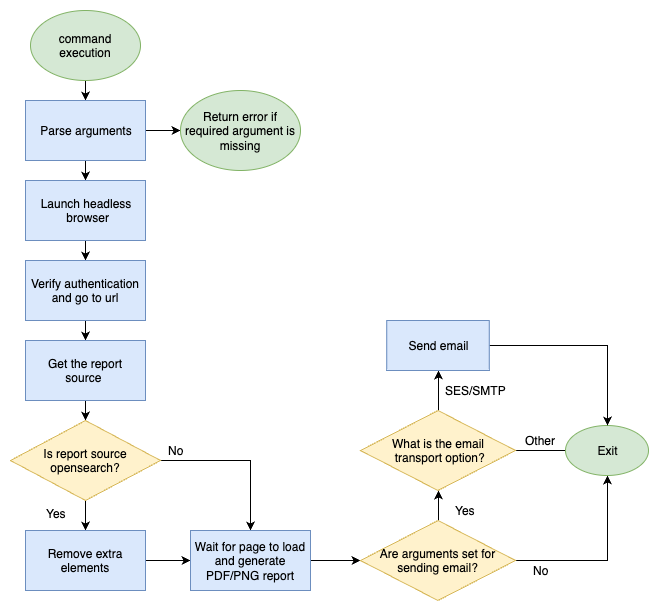
opensearch-project/reporting keeps this draw.io diagram as reporting-cli/docs/dev/reporting_anything_flow_diagram.png. Above is the earlier version. Source tidied: cells renumbered, new cells last; positions are measured from the earlier drawing's top-left corner, leaving out a move shared by most shapes.
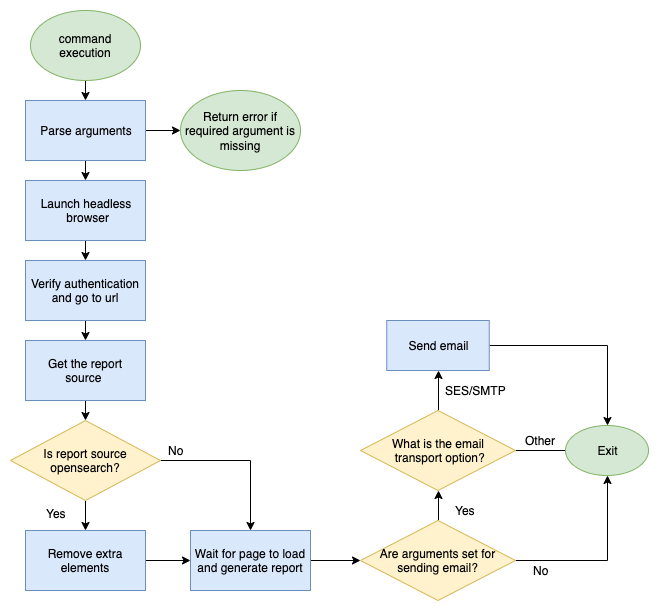
After the change.

Commit message:
Update flow diagram

The edit, as a diff of the source:
```diff
@@ -56,7 +56,7 @@
     <mxCell id="19" style="edgeStyle=orthogonalEdgeStyle;rounded=0;jettySize=auto;html=1;exitX=1;exitY=0.5;exitDx=0;exitDy=0;entryX=0;entryY=0.5;entryDx=0;entryDy=0;" parent="1" edge="1" source="20" target="23">
       <mxGeometry relative="1" as="geometry" />
     </mxCell>
-    <mxCell id="20" value="Wait for page to load and generate PDF/PNG report" style="rounded=0;whiteSpace=wrap;html=1;fillColor=#dae8fc;strokeColor=#6c8ebf;" parent="1" vertex="1">
+    <mxCell id="20" value="Wait for page to load and generate report" style="rounded=0;whiteSpace=wrap;html=1;fillColor=#dae8fc;strokeColor=#6c8ebf;" parent="1" vertex="1">
       <mxGeometry x="180" y="520" width="120" height="60" as="geometry" />
     </mxCell>
     <mxCell id="21" style="edgeStyle=orthogonalEdgeStyle;rounded=0;jettySize=auto;html=1;exitX=0.5;exitY=0;exitDx=0;exitDy=0;entryX=0.5;entryY=1;entryDx=0;entryDy=0;" parent="1" edge="1" source="23" target="26">
```
